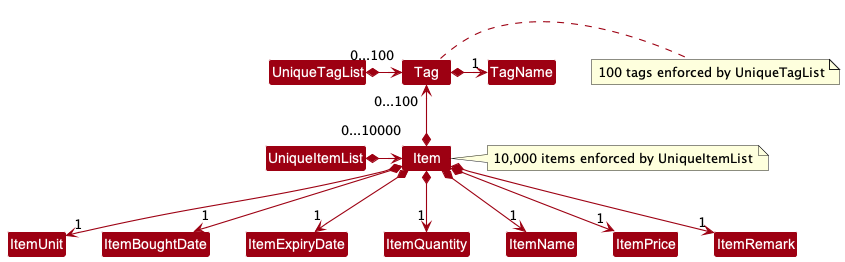
Above: docs/images/ItemClassDiagram.png in nus-cs2103-AY2223S1/tp (PlantUML), before the change. Source of this version:
```plantuml
@startuml
!include style.puml
skinparam arrowThickness 1.1
skinparam arrowColor MODEL_COLOR
skinparam classBackgroundColor MODEL_COLOR

UniqueTagList *-> "0...100" Tag
UniqueItemList *-> "0...10000" Item
note right : 10,000 items enforced by UniqueItemList

Item *-up-> "0...100" Tag
note right : 100 tags enforced by UniqueTagList

Item *--> "1" ItemUnit
Item *--> "1" ItemBoughtDate
Item *--> "1" ItemExpiryDate
Item *--> "1" ItemQuantity
Item *--> "1" ItemName
Item *--> "1" ItemPrice
Item *--> "1" ItemRemark
Tag *-right--> "1" TagName
@enduml
```
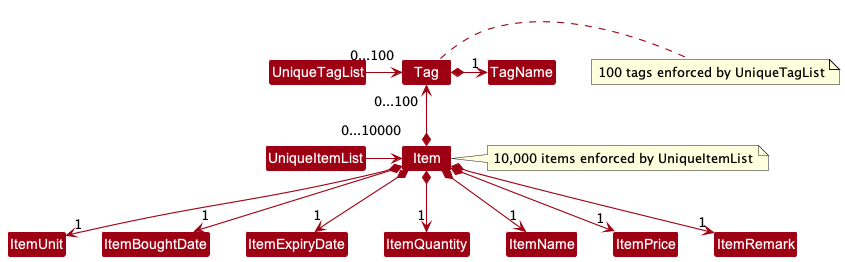
After the commit.

Diff of the diagram source:
```diff
@@ -4,8 +4,8 @@
 skinparam arrowColor MODEL_COLOR
 skinparam classBackgroundColor MODEL_COLOR
 
-UniqueTagList *-> "0...100" Tag
-UniqueItemList *-> "0...10000" Item
+UniqueTagList -> "0...100" Tag
+UniqueItemList -> "0...10000" Item
 note right : 10,000 items enforced by UniqueItemList
 
 Item *-up-> "0...100" Tag
```
